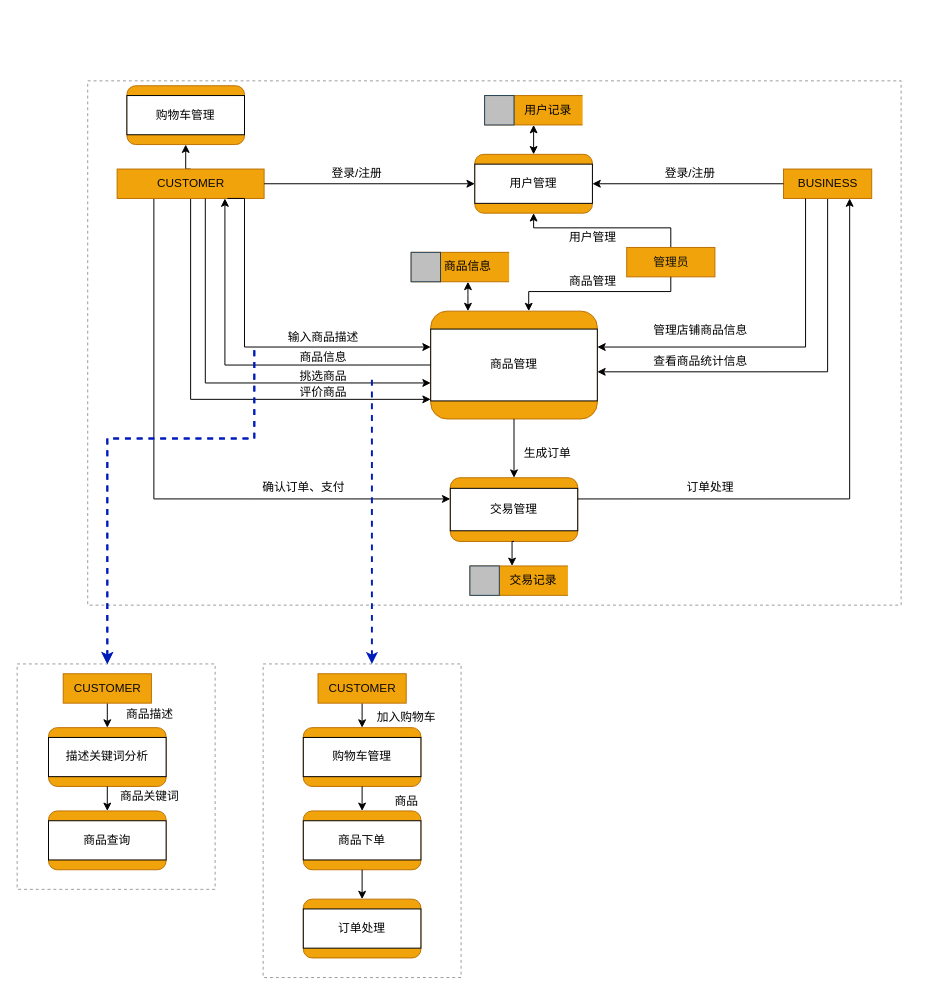
This is page "Page-1" (1 of 3) of Untitled Diagram.drawio from Anlarry/TaoQi, a draw.io file, before an edit. Source tidied: cells renumbered, new cells numbered last; positions are measured from the earlier drawing's top-left corner, leaving out a move shared by most shapes. Both pictures are drawn from the tidied source at 98%, with x=0, y=0 at pixel (17, 80).
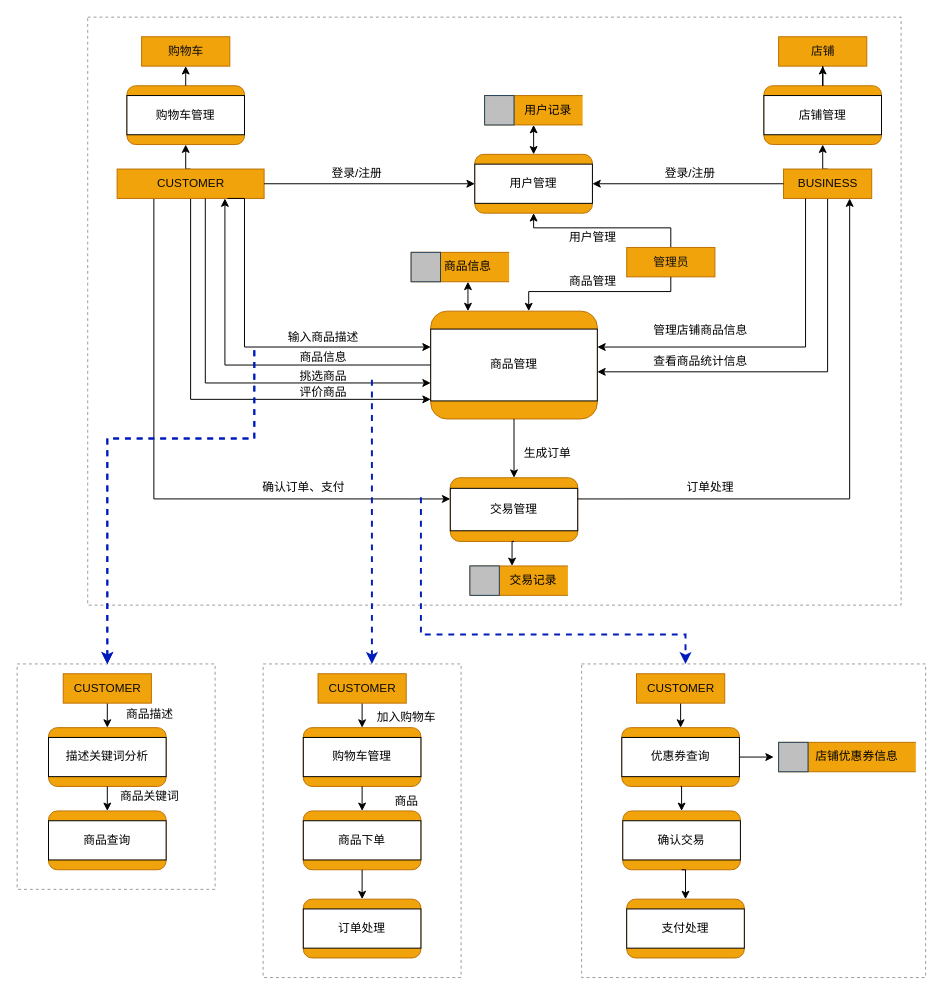
The same page after the edit.

Unchanged cells that the change refers to:
```xml
<mxCell id="40" value="&lt;font color=&quot;#080808&quot;&gt;BUSINESS&lt;/font&gt;" style="html=1;dashed=0;whitespace=wrap;fillColor=#f0a30a;strokeColor=#BD7000;fontColor=#ffffff;" parent="1" vertex="1">
  <mxGeometry x="782" y="90" width="90" height="30" as="geometry" />
</mxCell>
<mxCell id="68" style="rounded=1;whiteSpace=wrap;html=1;fillColor=#f0a30a;strokeColor=#BD7000;fontColor=#ffffff;" parent="67" vertex="1">
  <mxGeometry width="120" height="60" as="geometry" />
</mxCell>
```

Change to the diagram source:
```diff
@@
     <mxCell id="2" style="rounded=0;whiteSpace=wrap;html=1;dashed=1;strokeWidth=1;fillColor=none;perimeterSpacing=0;opacity=40;" parent="1" vertex="1">
-      <mxGeometry x="72" width="830" height="535" as="geometry" />
+      <mxGeometry x="72" y="-65" width="830" height="600" as="geometry" />
     </mxCell>
@@
+    <mxCell id="93" style="edgeStyle=orthogonalEdgeStyle;rounded=0;jettySize=auto;html=1;exitX=0.5;exitY=0;exitDx=0;exitDy=0;entryX=0.5;entryY=1;entryDx=0;entryDy=0;" parent="1" edge="1" source="40" target="95">
+      <mxGeometry relative="1" as="geometry" />
+    </mxCell>
@@
+    <mxCell id="94" style="group;" parent="1" vertex="1">
+      <mxGeometry x="762" y="5" width="120" height="60" as="geometry" />
+    </mxCell>
+    <mxCell id="95" style="rounded=1;whiteSpace=wrap;html=1;fillColor=#f0a30a;strokeColor=#BD7000;fontColor=#ffffff;" parent="94" vertex="1">
+      <mxGeometry width="120" height="60" as="geometry" />
+    </mxCell>
+    <mxCell id="96" value="店铺管理" style="rounded=0;whiteSpace=wrap;html=1;" parent="94" vertex="1">
+      <mxGeometry y="10" width="120" height="40" as="geometry" />
+    </mxCell>
+    <mxCell id="97" style="endArrow=classic;html=1;strokeWidth=2;dashed=1;fillColor=#0050ef;strokeColor=#001DBC;rounded=0;" parent="1" edge="1">
+      <mxGeometry relative="1" as="geometry">
+        <mxPoint x="412" y="425" as="sourcePoint" />
+        <mxPoint x="682" y="595" as="targetPoint" />
+        <Array as="points">
+          <mxPoint x="412" y="565" />
+          <mxPoint x="682" y="565" />
+        </Array>
+      </mxGeometry>
+    </mxCell>
+    <mxCell id="98" style="edgeStyle=orthogonalEdgeStyle;rounded=0;jettySize=auto;html=1;exitX=0.5;exitY=1;exitDx=0;exitDy=0;entryX=0.5;entryY=0;entryDx=0;entryDy=0;" parent="1" edge="1" source="99" target="101">
+      <mxGeometry relative="1" as="geometry" />
+    </mxCell>
+    <mxCell id="99" value="&lt;font color=&quot;#0A0A0A&quot;&gt;CUSTOMER&lt;/font&gt;" style="html=1;dashed=0;whitespace=wrap;fillColor=#f0a30a;strokeColor=#BD7000;fontColor=#ffffff;" parent="1" vertex="1">
+      <mxGeometry x="632" y="605" width="90" height="30" as="geometry" />
+    </mxCell>
+    <mxCell id="100" style="group;" parent="1" vertex="1">
+      <mxGeometry x="617" y="660" width="120" height="60" as="geometry" />
+    </mxCell>
+    <mxCell id="101" style="rounded=1;whiteSpace=wrap;html=1;fillColor=#f0a30a;strokeColor=#BD7000;fontColor=#ffffff;" parent="100" vertex="1">
+      <mxGeometry width="120" height="60" as="geometry" />
+    </mxCell>
+    <mxCell id="102" value="优惠券查询" style="rounded=0;whiteSpace=wrap;html=1;" parent="100" vertex="1">
+      <mxGeometry y="10" width="120" height="40" as="geometry" />
+    </mxCell>
+    <mxCell id="103" value="&lt;font color=&quot;#0D0D0D&quot;&gt;购物车&lt;/font&gt;" style="html=1;dashed=0;whitespace=wrap;fillColor=#f0a30a;strokeColor=#BD7000;fontColor=#ffffff;" parent="1" vertex="1">
+      <mxGeometry x="127" y="-45" width="90" height="30" as="geometry" />
+    </mxCell>
+    <mxCell id="104" style="edgeStyle=orthogonalEdgeStyle;rounded=0;jettySize=auto;html=1;exitX=0.5;exitY=0;exitDx=0;exitDy=0;" parent="1" edge="1" source="68">
+      <mxGeometry relative="1" as="geometry">
+        <mxPoint x="172" y="5" as="targetPoint" />
+      </mxGeometry>
+    </mxCell>
+    <mxCell id="105" style="edgeStyle=orthogonalEdgeStyle;rounded=0;jettySize=auto;html=1;exitX=0.5;exitY=0;exitDx=0;exitDy=0;entryX=0.5;entryY=1;entryDx=0;entryDy=0;" parent="1" edge="1" source="68" target="103">
+      <mxGeometry relative="1" as="geometry" />
+    </mxCell>
+    <mxCell id="106" value="&lt;font color=&quot;#0D0D0D&quot;&gt;店铺&lt;/font&gt;" style="html=1;dashed=0;whitespace=wrap;fillColor=#f0a30a;strokeColor=#BD7000;fontColor=#ffffff;" parent="1" vertex="1">
+      <mxGeometry x="777" y="-45" width="90" height="30" as="geometry" />
+    </mxCell>
+    <mxCell id="107" style="edgeStyle=orthogonalEdgeStyle;rounded=0;jettySize=auto;html=1;exitX=0.5;exitY=0;exitDx=0;exitDy=0;" parent="1" edge="1" source="95" target="106">
+      <mxGeometry relative="1" as="geometry" />
+    </mxCell>
+    <mxCell id="108" style="edgeStyle=orthogonalEdgeStyle;rounded=0;jettySize=auto;html=1;exitX=1;exitY=0.5;exitDx=0;exitDy=0;" parent="1" edge="1" source="102">
+      <mxGeometry relative="1" as="geometry">
+        <mxPoint x="772" y="690" as="targetPoint" />
+      </mxGeometry>
+    </mxCell>
+    <mxCell id="109" style="group;" parent="1" vertex="1">
+      <mxGeometry x="777" y="675" width="150" height="240" as="geometry" />
+    </mxCell>
+    <mxCell id="110" style="html=1;dashed=0;whitespace=wrap;shape=mxgraph.dfd.dataStoreID;align=left;spacingLeft=3;fillColor=#f0a30a;strokeColor=#BD7000;fontColor=#ffffff;" parent="109" vertex="1">
+      <mxGeometry width="140" height="30" as="geometry" />
+    </mxCell>
+    <mxCell id="111" style="rounded=0;whiteSpace=wrap;html=1;strokeColor=#23445d;fillColor=#BFBFBF;" parent="109" vertex="1">
+      <mxGeometry width="30" height="30" as="geometry" />
+    </mxCell>
+    <mxCell id="112" value="店铺优惠券信息" style="text;html=1;strokeColor=none;fillColor=none;align=center;verticalAlign=middle;whiteSpace=wrap;rounded=0;" parent="109" vertex="1">
+      <mxGeometry x="30" y="5" width="100" height="20" as="geometry" />
+    </mxCell>
+    <mxCell id="113" style="rounded=0;whiteSpace=wrap;html=1;dashed=1;strokeWidth=1;fillColor=none;opacity=40;" parent="109" vertex="1">
+      <mxGeometry x="-201" y="-80" width="351" height="320" as="geometry" />
+    </mxCell>
+    <mxCell id="114" style="group;" parent="1" vertex="1">
+      <mxGeometry x="618" y="745" width="120" height="60" as="geometry" />
+    </mxCell>
+    <mxCell id="115" style="rounded=1;whiteSpace=wrap;html=1;fillColor=#f0a30a;strokeColor=#BD7000;fontColor=#ffffff;" parent="114" vertex="1">
+      <mxGeometry width="120" height="60" as="geometry" />
+    </mxCell>
+    <mxCell id="116" value="确认交易" style="rounded=0;whiteSpace=wrap;html=1;" parent="114" vertex="1">
+      <mxGeometry y="10" width="120" height="40" as="geometry" />
+    </mxCell>
+    <mxCell id="117" style="edgeStyle=orthogonalEdgeStyle;rounded=0;jettySize=auto;html=1;exitX=0.5;exitY=1;exitDx=0;exitDy=0;entryX=0.5;entryY=0;entryDx=0;entryDy=0;" parent="1" edge="1" source="101" target="115">
+      <mxGeometry relative="1" as="geometry" />
+    </mxCell>
+    <mxCell id="118" style="group;" parent="1" vertex="1">
+      <mxGeometry x="622" y="835" width="120" height="60" as="geometry" />
+    </mxCell>
+    <mxCell id="119" style="rounded=1;whiteSpace=wrap;html=1;fillColor=#f0a30a;strokeColor=#BD7000;fontColor=#ffffff;" parent="118" vertex="1">
+      <mxGeometry width="120" height="60" as="geometry" />
+    </mxCell>
+    <mxCell id="120" value="支付处理" style="rounded=0;whiteSpace=wrap;html=1;" parent="118" vertex="1">
+      <mxGeometry y="10" width="120" height="40" as="geometry" />
+    </mxCell>
+    <mxCell id="121" style="edgeStyle=orthogonalEdgeStyle;rounded=0;jettySize=auto;html=1;exitX=0.5;exitY=1;exitDx=0;exitDy=0;entryX=0.5;entryY=0;entryDx=0;entryDy=0;" parent="1" edge="1" source="115" target="119">
+      <mxGeometry relative="1" as="geometry" />
+    </mxCell>
```
